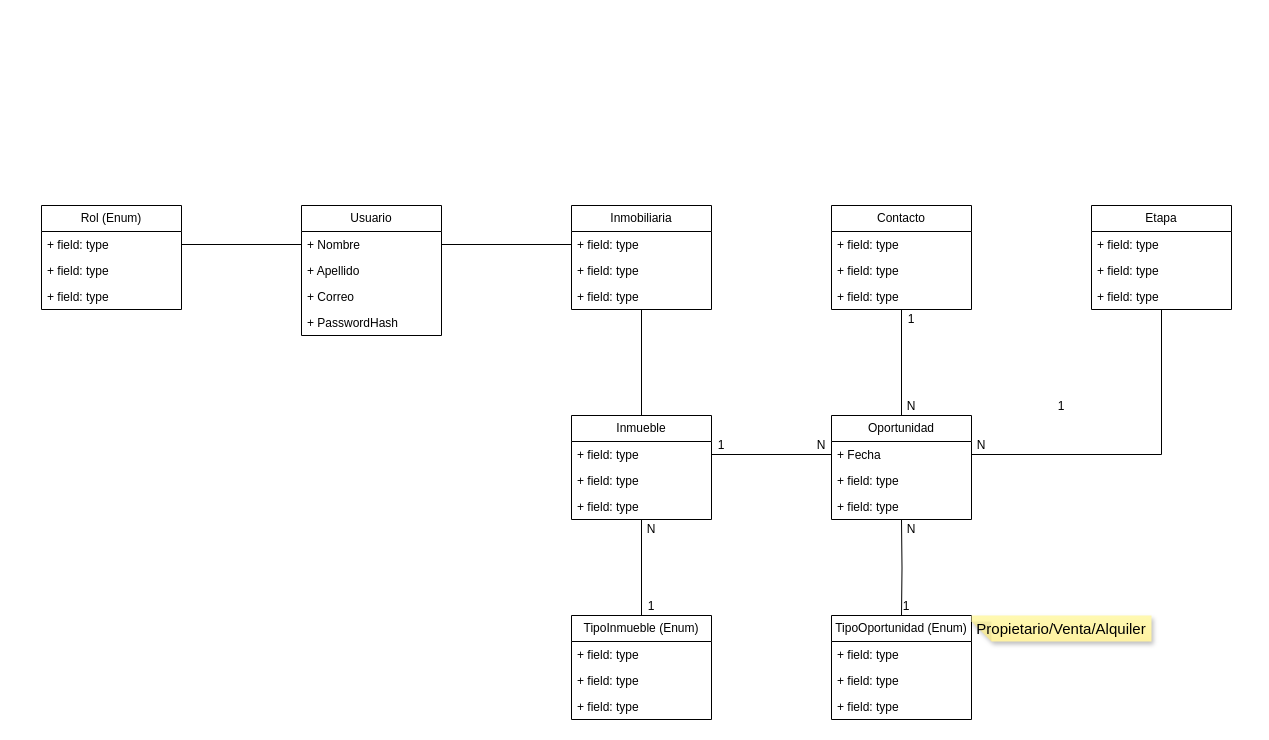
Above: Diagrama sin título.drawio in NatsukiAza/urban-key (draw.io), before the change. Source tidied: cells renumbered, new cells numbered last; positions are measured from the earlier drawing's top-left corner, leaving out a move shared by most shapes. Both pictures are drawn from the tidied source at 100%, with x=0, y=0 at pixel (41, 205).
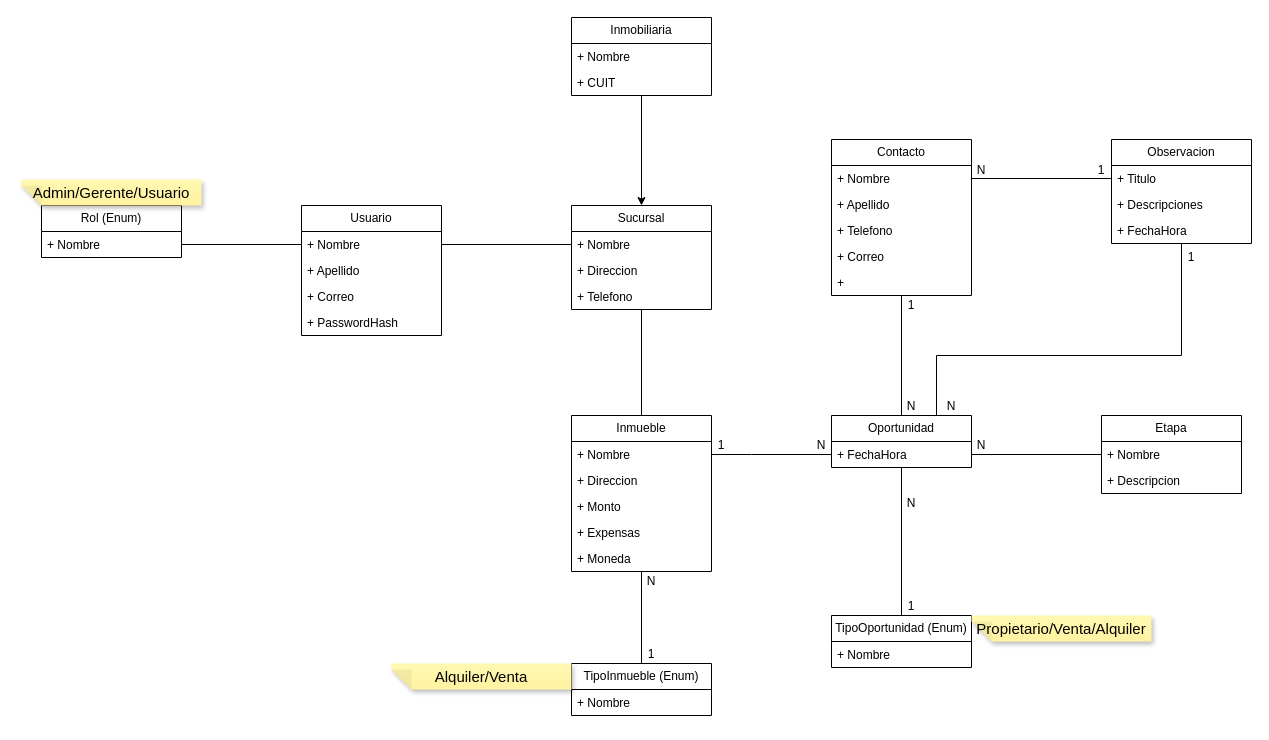
The same diagram, later.

Unchanged cells that the change refers to:
```xml
<mxCell id="48" value="1" style="text;html=1;whiteSpace=wrap;strokeColor=none;fillColor=none;align=center;verticalAlign=middle;rounded=0;" parent="1" vertex="1">
  <mxGeometry x="670" y="230" width="20" height="19" as="geometry" />
</mxCell>
```

Diff of the diagram source:
```diff
@@
-    <mxCell id="8" value="Inmobiliaria" style="swimlane;fontStyle=0;horizontal=1;startSize=26;fillColor=none;whiteSpace=wrap;html=1;" parent="1" vertex="1">
+    <mxCell id="8" value="Sucursal" style="swimlane;fontStyle=0;horizontal=1;startSize=26;fillColor=none;whiteSpace=wrap;html=1;" parent="1" vertex="1">
       <mxGeometry x="530" width="140" height="104" as="geometry" />
     </mxCell>
-    <mxCell id="9" value="+ field: type" style="text;strokeColor=none;fillColor=none;align=left;verticalAlign=top;spacingLeft=4;spacingRight=4;overflow=hidden;points=[[0,0.5],[1,0.5]];portConstraint=eastwest;whiteSpace=wrap;html=1;" parent="8" vertex="1">
+    <mxCell id="9" value="+ Nombre" style="text;strokeColor=none;fillColor=none;align=left;verticalAlign=top;spacingLeft=4;spacingRight=4;overflow=hidden;points=[[0,0.5],[1,0.5]];portConstraint=eastwest;whiteSpace=wrap;html=1;" parent="8" vertex="1">
       <mxGeometry y="26" width="140" height="26" as="geometry" />
     </mxCell>
-    <mxCell id="10" value="+ field: type" style="text;strokeColor=none;fillColor=none;align=left;verticalAlign=top;spacingLeft=4;spacingRight=4;overflow=hidden;whiteSpace=wrap;html=1;" parent="8" vertex="1">
+    <mxCell id="10" value="+ Direccion" style="text;strokeColor=none;fillColor=none;align=left;verticalAlign=top;spacingLeft=4;spacingRight=4;overflow=hidden;whiteSpace=wrap;html=1;" parent="8" vertex="1">
       <mxGeometry y="52" width="140" height="26" as="geometry" />
     </mxCell>
-    <mxCell id="11" value="+ field: type" style="text;strokeColor=none;fillColor=none;align=left;verticalAlign=top;spacingLeft=4;spacingRight=4;overflow=hidden;whiteSpace=wrap;html=1;" parent="8" vertex="1">
+    <mxCell id="11" value="+ Telefono" style="text;strokeColor=none;fillColor=none;align=left;verticalAlign=top;spacingLeft=4;spacingRight=4;overflow=hidden;whiteSpace=wrap;html=1;" parent="8" vertex="1">
       <mxGeometry y="78" width="140" height="26" as="geometry" />
     </mxCell>
     <mxCell id="12" value="Rol (Enum)" style="swimlane;fontStyle=0;horizontal=1;startSize=26;fillColor=none;whiteSpace=wrap;html=1;" parent="1" vertex="1">
-      <mxGeometry width="140" height="104" as="geometry" />
+      <mxGeometry width="140" height="52" as="geometry" />
     </mxCell>
-    <mxCell id="13" value="+ field: type" style="text;strokeColor=none;fillColor=none;align=left;verticalAlign=top;spacingLeft=4;spacingRight=4;overflow=hidden;points=[[0,0.5],[1,0.5]];portConstraint=eastwest;whiteSpace=wrap;html=1;" parent="12" vertex="1">
+    <mxCell id="13" value="+ Nombre" style="text;strokeColor=none;fillColor=none;align=left;verticalAlign=top;spacingLeft=4;spacingRight=4;overflow=hidden;points=[[0,0.5],[1,0.5]];portConstraint=eastwest;whiteSpace=wrap;html=1;" parent="12" vertex="1">
       <mxGeometry y="26" width="140" height="26" as="geometry" />
     </mxCell>
-    <mxCell id="14" value="+ field: type" style="text;strokeColor=none;fillColor=none;align=left;verticalAlign=top;spacingLeft=4;spacingRight=4;overflow=hidden;whiteSpace=wrap;html=1;" parent="12" vertex="1">
-      <mxGeometry y="52" width="140" height="26" as="geometry" />
-    </mxCell>
-    <mxCell id="15" value="+ field: type" style="text;strokeColor=none;fillColor=none;align=left;verticalAlign=top;spacingLeft=4;spacingRight=4;overflow=hidden;whiteSpace=wrap;html=1;" parent="12" vertex="1">
-      <mxGeometry y="78" width="140" height="26" as="geometry" />
-    </mxCell>
-    <mxCell id="16" style="edgeStyle=orthogonalEdgeStyle;rounded=0;jettySize=auto;html=1;entryX=0.5;entryY=0;entryDx=0;entryDy=0;endArrow=none;endFill=0;" parent="1" edge="1" source="17" target="31">
+    <mxCell id="16" style="edgeStyle=orthogonalEdgeStyle;rounded=0;jettySize=auto;html=1;entryX=0.5;entryY=0;entryDx=0;entryDy=0;endArrow=none;endFill=0;exitX=0.5;exitY=1;exitDx=0;exitDy=0;" parent="1" edge="1" source="17" target="31">
       <mxGeometry relative="1" as="geometry" />
     </mxCell>
     <mxCell id="17" value="Inmueble" style="swimlane;fontStyle=0;horizontal=1;startSize=26;fillColor=none;whiteSpace=wrap;html=1;" parent="1" vertex="1">
-      <mxGeometry x="530" y="210" width="140" height="104" as="geometry" />
+      <mxGeometry x="530" y="210" width="140" height="156" as="geometry" />
     </mxCell>
+    <mxCell id="19" value="+ Nombre" style="text;strokeColor=none;fillColor=none;align=left;verticalAlign=top;spacingLeft=4;spacingRight=4;overflow=hidden;whiteSpace=wrap;html=1;" parent="17" vertex="1">
+      <mxGeometry y="26" width="140" height="26" as="geometry" />
+    </mxCell>
-    <mxCell id="18" value="+ field: type" style="text;strokeColor=none;fillColor=none;align=left;verticalAlign=top;spacingLeft=4;spacingRight=4;overflow=hidden;points=[[0,0.5],[1,0.5]];portConstraint=eastwest;whiteSpace=wrap;html=1;" parent="17" vertex="1">
-      <mxGeometry y="26" width="140" height="26" as="geometry" />
+    <mxCell id="18" value="+ Direccion" style="text;strokeColor=none;fillColor=none;align=left;verticalAlign=top;spacingLeft=4;spacingRight=4;overflow=hidden;points=[[0,0.5],[1,0.5]];portConstraint=eastwest;whiteSpace=wrap;html=1;" parent="17" vertex="1">
+      <mxGeometry y="52" width="140" height="26" as="geometry" />
     </mxCell>
-    <mxCell id="19" value="+ field: type" style="text;strokeColor=none;fillColor=none;align=left;verticalAlign=top;spacingLeft=4;spacingRight=4;overflow=hidden;whiteSpace=wrap;html=1;" parent="17" vertex="1">
-      <mxGeometry y="52" width="140" height="26" as="geometry" />
-    </mxCell>
+    <mxCell id="58" value="+ Monto" style="text;strokeColor=none;fillColor=none;align=left;verticalAlign=top;spacingLeft=4;spacingRight=4;overflow=hidden;whiteSpace=wrap;html=1;" parent="17" vertex="1">
+      <mxGeometry y="78" width="140" height="26" as="geometry" />
+    </mxCell>
+    <mxCell id="59" value="+ Expensas" style="text;strokeColor=none;fillColor=none;align=left;verticalAlign=top;spacingLeft=4;spacingRight=4;overflow=hidden;whiteSpace=wrap;html=1;" parent="17" vertex="1">
+      <mxGeometry y="104" width="140" height="26" as="geometry" />
+    </mxCell>
-    <mxCell id="20" value="+ field: type" style="text;strokeColor=none;fillColor=none;align=left;verticalAlign=top;spacingLeft=4;spacingRight=4;overflow=hidden;whiteSpace=wrap;html=1;" parent="17" vertex="1">
-      <mxGeometry y="78" width="140" height="26" as="geometry" />
+    <mxCell id="20" value="+ Moneda" style="text;strokeColor=none;fillColor=none;align=left;verticalAlign=top;spacingLeft=4;spacingRight=4;overflow=hidden;whiteSpace=wrap;html=1;" parent="17" vertex="1">
+      <mxGeometry y="130" width="140" height="26" as="geometry" />
     </mxCell>
-    <mxCell id="21" style="edgeStyle=orthogonalEdgeStyle;rounded=0;jettySize=auto;html=1;entryX=0.5;entryY=0;entryDx=0;entryDy=0;endArrow=none;endFill=0;" parent="1" edge="1" target="43">
-      <mxGeometry relative="1" as="geometry">
-        <mxPoint x="860" y="314" as="sourcePoint" />
-      </mxGeometry>
+    <mxCell id="21" style="edgeStyle=orthogonalEdgeStyle;rounded=0;jettySize=auto;html=1;entryX=0.5;entryY=0;entryDx=0;entryDy=0;endArrow=none;endFill=0;exitX=0.5;exitY=1;exitDx=0;exitDy=0;" parent="1" edge="1" source="22" target="43">
+      <mxGeometry relative="1" as="geometry" />
     </mxCell>
     <mxCell id="22" value="Oportunidad" style="swimlane;fontStyle=0;horizontal=1;startSize=26;fillColor=none;whiteSpace=wrap;html=1;" parent="1" vertex="1">
-      <mxGeometry x="790" y="210" width="140" height="104" as="geometry" />
+      <mxGeometry x="790" y="210" width="140" height="52" as="geometry" />
     </mxCell>
-    <mxCell id="23" value="+ Fecha" style="text;strokeColor=none;fillColor=none;align=left;verticalAlign=top;spacingLeft=4;spacingRight=4;overflow=hidden;points=[[0,0.5],[1,0.5]];portConstraint=eastwest;whiteSpace=wrap;html=1;" parent="22" vertex="1">
+    <mxCell id="23" value="+ FechaHora" style="text;strokeColor=none;fillColor=none;align=left;verticalAlign=top;spacingLeft=4;spacingRight=4;overflow=hidden;points=[[0,0.5],[1,0.5]];portConstraint=eastwest;whiteSpace=wrap;html=1;" parent="22" vertex="1">
       <mxGeometry y="26" width="140" height="26" as="geometry" />
     </mxCell>
-    <mxCell id="24" value="+ field: type" style="text;strokeColor=none;fillColor=none;align=left;verticalAlign=top;spacingLeft=4;spacingRight=4;overflow=hidden;whiteSpace=wrap;html=1;" parent="22" vertex="1">
-      <mxGeometry y="52" width="140" height="26" as="geometry" />
-    </mxCell>
-    <mxCell id="25" value="+ field: type" style="text;strokeColor=none;fillColor=none;align=left;verticalAlign=top;spacingLeft=4;spacingRight=4;overflow=hidden;whiteSpace=wrap;html=1;" parent="22" vertex="1">
-      <mxGeometry y="78" width="140" height="26" as="geometry" />
-    </mxCell>
@@
     <mxCell id="27" value="Contacto" style="swimlane;fontStyle=0;horizontal=1;startSize=26;fillColor=none;whiteSpace=wrap;html=1;" parent="1" vertex="1">
-      <mxGeometry x="790" width="140" height="104" as="geometry" />
+      <mxGeometry x="790" y="-66" width="140" height="156" as="geometry" />
     </mxCell>
-    <mxCell id="28" value="+ field: type" style="text;strokeColor=none;fillColor=none;align=left;verticalAlign=top;spacingLeft=4;spacingRight=4;overflow=hidden;points=[[0,0.5],[1,0.5]];portConstraint=eastwest;whiteSpace=wrap;html=1;" parent="27" vertex="1">
+    <mxCell id="28" value="+ Nombre" style="text;strokeColor=none;fillColor=none;align=left;verticalAlign=top;spacingLeft=4;spacingRight=4;overflow=hidden;points=[[0,0.5],[1,0.5]];portConstraint=eastwest;whiteSpace=wrap;html=1;" parent="27" vertex="1">
       <mxGeometry y="26" width="140" height="26" as="geometry" />
     </mxCell>
-    <mxCell id="29" value="+ field: type" style="text;strokeColor=none;fillColor=none;align=left;verticalAlign=top;spacingLeft=4;spacingRight=4;overflow=hidden;whiteSpace=wrap;html=1;" parent="27" vertex="1">
+    <mxCell id="29" value="+ Apellido" style="text;strokeColor=none;fillColor=none;align=left;verticalAlign=top;spacingLeft=4;spacingRight=4;overflow=hidden;whiteSpace=wrap;html=1;" parent="27" vertex="1">
       <mxGeometry y="52" width="140" height="26" as="geometry" />
     </mxCell>
+    <mxCell id="60" value="+ Telefono" style="text;strokeColor=none;fillColor=none;align=left;verticalAlign=top;spacingLeft=4;spacingRight=4;overflow=hidden;whiteSpace=wrap;html=1;" parent="27" vertex="1">
+      <mxGeometry y="78" width="140" height="26" as="geometry" />
+    </mxCell>
+    <mxCell id="61" value="+ Correo" style="text;strokeColor=none;fillColor=none;align=left;verticalAlign=top;spacingLeft=4;spacingRight=4;overflow=hidden;whiteSpace=wrap;html=1;" parent="27" vertex="1">
+      <mxGeometry y="104" width="140" height="26" as="geometry" />
+    </mxCell>
-    <mxCell id="30" value="+ field: type" style="text;strokeColor=none;fillColor=none;align=left;verticalAlign=top;spacingLeft=4;spacingRight=4;overflow=hidden;whiteSpace=wrap;html=1;" parent="27" vertex="1">
-      <mxGeometry y="78" width="140" height="26" as="geometry" />
+    <mxCell id="30" value="+&amp;nbsp;" style="text;strokeColor=none;fillColor=none;align=left;verticalAlign=top;spacingLeft=4;spacingRight=4;overflow=hidden;whiteSpace=wrap;html=1;" parent="27" vertex="1">
+      <mxGeometry y="130" width="140" height="26" as="geometry" />
     </mxCell>
     <mxCell id="31" value="TipoInmueble (Enum)" style="swimlane;fontStyle=0;horizontal=1;startSize=26;fillColor=none;whiteSpace=wrap;html=1;" parent="1" vertex="1">
-      <mxGeometry x="530" y="410" width="140" height="104" as="geometry" />
+      <mxGeometry x="530" y="458" width="140" height="52" as="geometry" />
     </mxCell>
-    <mxCell id="32" value="+ field: type" style="text;strokeColor=none;fillColor=none;align=left;verticalAlign=top;spacingLeft=4;spacingRight=4;overflow=hidden;whiteSpace=wrap;html=1;" parent="31" vertex="1">
+    <mxCell id="32" value="+ Nombre" style="text;strokeColor=none;fillColor=none;align=left;verticalAlign=top;spacingLeft=4;spacingRight=4;overflow=hidden;whiteSpace=wrap;html=1;" parent="31" vertex="1">
       <mxGeometry y="26" width="140" height="26" as="geometry" />
     </mxCell>
-    <mxCell id="33" value="+ field: type" style="text;strokeColor=none;fillColor=none;align=left;verticalAlign=top;spacingLeft=4;spacingRight=4;overflow=hidden;whiteSpace=wrap;html=1;" parent="31" vertex="1">
-      <mxGeometry y="52" width="140" height="26" as="geometry" />
-    </mxCell>
-    <mxCell id="34" value="+ field: type" style="text;strokeColor=none;fillColor=none;align=left;verticalAlign=top;spacingLeft=4;spacingRight=4;overflow=hidden;whiteSpace=wrap;html=1;" parent="31" vertex="1">
-      <mxGeometry y="78" width="140" height="26" as="geometry" />
-    </mxCell>
@@
     <mxCell id="36" value="Etapa" style="swimlane;fontStyle=0;horizontal=1;startSize=26;fillColor=none;whiteSpace=wrap;html=1;" parent="1" vertex="1">
-      <mxGeometry x="1050" width="140" height="104" as="geometry" />
+      <mxGeometry x="1060" y="210" width="140" height="78" as="geometry" />
     </mxCell>
-    <mxCell id="37" value="+ field: type" style="text;strokeColor=none;fillColor=none;align=left;verticalAlign=top;spacingLeft=4;spacingRight=4;overflow=hidden;whiteSpace=wrap;html=1;" parent="36" vertex="1">
+    <mxCell id="37" value="+ Nombre" style="text;strokeColor=none;fillColor=none;align=left;verticalAlign=top;spacingLeft=4;spacingRight=4;overflow=hidden;whiteSpace=wrap;html=1;" parent="36" vertex="1">
       <mxGeometry y="26" width="140" height="26" as="geometry" />
     </mxCell>
-    <mxCell id="38" value="+ field: type" style="text;strokeColor=none;fillColor=none;align=left;verticalAlign=top;spacingLeft=4;spacingRight=4;overflow=hidden;whiteSpace=wrap;html=1;" parent="36" vertex="1">
+    <mxCell id="38" value="+ Descripcion" style="text;strokeColor=none;fillColor=none;align=left;verticalAlign=top;spacingLeft=4;spacingRight=4;overflow=hidden;whiteSpace=wrap;html=1;" parent="36" vertex="1">
       <mxGeometry y="52" width="140" height="26" as="geometry" />
     </mxCell>
-    <mxCell id="39" value="+ field: type" style="text;strokeColor=none;fillColor=none;align=left;verticalAlign=top;spacingLeft=4;spacingRight=4;overflow=hidden;whiteSpace=wrap;html=1;" parent="36" vertex="1">
-      <mxGeometry y="78" width="140" height="26" as="geometry" />
-    </mxCell>
@@
-    <mxCell id="42" style="edgeStyle=orthogonalEdgeStyle;rounded=0;jettySize=auto;html=1;entryX=1;entryY=0.5;entryDx=0;entryDy=0;endArrow=none;endFill=0;" parent="1" edge="1" source="23" target="18">
-      <mxGeometry relative="1" as="geometry" />
+    <mxCell id="42" style="edgeStyle=orthogonalEdgeStyle;rounded=0;jettySize=auto;html=1;entryX=0;entryY=1;entryDx=0;entryDy=0;endArrow=none;endFill=0;" parent="1" edge="1" source="23" target="48">
+      <mxGeometry relative="1" as="geometry">
+        <Array as="points">
+          <mxPoint x="710" y="249" />
+          <mxPoint x="710" y="249" />
+        </Array>
+      </mxGeometry>
     </mxCell>
     <mxCell id="43" value="TipoOportunidad (Enum)" style="swimlane;fontStyle=0;horizontal=1;startSize=26;fillColor=none;whiteSpace=wrap;html=1;" parent="1" vertex="1">
-      <mxGeometry x="790" y="410" width="140" height="104" as="geometry" />
+      <mxGeometry x="790" y="410" width="140" height="52" as="geometry" />
     </mxCell>
-    <mxCell id="44" value="+ field: type" style="text;strokeColor=none;fillColor=none;align=left;verticalAlign=top;spacingLeft=4;spacingRight=4;overflow=hidden;whiteSpace=wrap;html=1;" parent="43" vertex="1">
+    <mxCell id="44" value="+ Nombre" style="text;strokeColor=none;fillColor=none;align=left;verticalAlign=top;spacingLeft=4;spacingRight=4;overflow=hidden;whiteSpace=wrap;html=1;" parent="43" vertex="1">
       <mxGeometry y="26" width="140" height="26" as="geometry" />
     </mxCell>
-    <mxCell id="45" value="+ field: type" style="text;strokeColor=none;fillColor=none;align=left;verticalAlign=top;spacingLeft=4;spacingRight=4;overflow=hidden;whiteSpace=wrap;html=1;" parent="43" vertex="1">
-      <mxGeometry y="52" width="140" height="26" as="geometry" />
-    </mxCell>
-    <mxCell id="46" value="+ field: type" style="text;strokeColor=none;fillColor=none;align=left;verticalAlign=top;spacingLeft=4;spacingRight=4;overflow=hidden;whiteSpace=wrap;html=1;" parent="43" vertex="1">
-      <mxGeometry y="78" width="140" height="26" as="geometry" />
-    </mxCell>
@@
     <mxCell id="51" value="1" style="text;html=1;whiteSpace=wrap;strokeColor=none;fillColor=none;align=center;verticalAlign=middle;rounded=0;" parent="1" vertex="1">
-      <mxGeometry x="860" y="104" width="20" height="19" as="geometry" />
+      <mxGeometry x="860" y="90" width="20" height="19" as="geometry" />
     </mxCell>
     <mxCell id="52" value="1" style="text;html=1;whiteSpace=wrap;strokeColor=none;fillColor=none;align=center;verticalAlign=middle;rounded=0;" parent="1" vertex="1">
-      <mxGeometry x="860" y="391" width="10" height="19" as="geometry" />
+      <mxGeometry x="860" y="391" width="20" height="19" as="geometry" />
     </mxCell>
     <mxCell id="53" value="N" style="text;html=1;whiteSpace=wrap;strokeColor=none;fillColor=none;align=center;verticalAlign=middle;rounded=0;" parent="1" vertex="1">
-      <mxGeometry x="860" y="314" width="20" height="19" as="geometry" />
+      <mxGeometry x="860" y="288" width="20" height="19" as="geometry" />
     </mxCell>
     <mxCell id="54" value="1" style="text;html=1;whiteSpace=wrap;strokeColor=none;fillColor=none;align=center;verticalAlign=middle;rounded=0;" parent="1" vertex="1">
-      <mxGeometry x="600" y="391" width="20" height="19" as="geometry" />
+      <mxGeometry x="600" y="439" width="20" height="19" as="geometry" />
     </mxCell>
     <mxCell id="55" value="N" style="text;html=1;whiteSpace=wrap;strokeColor=none;fillColor=none;align=center;verticalAlign=middle;rounded=0;" parent="1" vertex="1">
-      <mxGeometry x="600" y="314" width="20" height="19" as="geometry" />
+      <mxGeometry x="600" y="366" width="20" height="19" as="geometry" />
     </mxCell>
@@
     <mxCell id="57" value="1" style="text;html=1;whiteSpace=wrap;strokeColor=none;fillColor=none;align=center;verticalAlign=middle;rounded=0;" parent="1" vertex="1">
-      <mxGeometry x="1010" y="191" width="20" height="19" as="geometry" />
+      <mxGeometry x="1140" y="42.5" width="20" height="19" as="geometry" />
     </mxCell>
+    <mxCell id="62" value="Admin/Gerente/Usuario" style="shape=note;whiteSpace=wrap;html=1;backgroundOutline=1;autosizeText=1;fontColor=#000000;darkOpacity=0.05;fillColor=#FFF9B2;strokeColor=none;fillStyle=solid;fontSize=15;direction=west;gradientDirection=north;gradientColor=#FFF2A1;shadow=1;size=20;" parent="1" vertex="1">
+      <mxGeometry x="-20" y="-26" width="180" height="26" as="geometry" />
+    </mxCell>
+    <mxCell id="63" style="edgeStyle=orthogonalEdgeStyle;rounded=0;jettySize=auto;html=1;entryX=0.5;entryY=0;entryDx=0;entryDy=0;" parent="1" edge="1" source="64" target="8">
+      <mxGeometry relative="1" as="geometry" />
+    </mxCell>
+    <mxCell id="64" value="Inmobiliaria" style="swimlane;fontStyle=0;horizontal=1;startSize=26;fillColor=none;whiteSpace=wrap;html=1;" parent="1" vertex="1">
+      <mxGeometry x="530" y="-188" width="140" height="78" as="geometry" />
+    </mxCell>
+    <mxCell id="65" value="+ Nombre" style="text;strokeColor=none;fillColor=none;align=left;verticalAlign=top;spacingLeft=4;spacingRight=4;overflow=hidden;whiteSpace=wrap;html=1;" parent="64" vertex="1">
+      <mxGeometry y="26" width="140" height="26" as="geometry" />
+    </mxCell>
+    <mxCell id="66" value="+ CUIT" style="text;strokeColor=none;fillColor=none;align=left;verticalAlign=top;spacingLeft=4;spacingRight=4;overflow=hidden;whiteSpace=wrap;html=1;" parent="64" vertex="1">
+      <mxGeometry y="52" width="140" height="26" as="geometry" />
+    </mxCell>
+    <mxCell id="67" value="Alquiler/Venta" style="shape=note;whiteSpace=wrap;html=1;backgroundOutline=1;autosizeText=1;fontColor=#000000;darkOpacity=0.05;fillColor=#FFF9B2;strokeColor=none;fillStyle=solid;fontSize=15;direction=west;gradientDirection=north;gradientColor=#FFF2A1;shadow=1;size=20;" parent="1" vertex="1">
+      <mxGeometry x="350" y="458" width="180" height="26" as="geometry" />
+    </mxCell>
+    <mxCell id="68" style="edgeStyle=orthogonalEdgeStyle;rounded=0;jettySize=auto;html=1;entryX=0.75;entryY=0;entryDx=0;entryDy=0;endArrow=none;endFill=0;" parent="1" edge="1" source="69" target="22">
+      <mxGeometry relative="1" as="geometry">
+        <Array as="points">
+          <mxPoint x="1140" y="150" />
+          <mxPoint x="895" y="150" />
+        </Array>
+      </mxGeometry>
+    </mxCell>
+    <mxCell id="69" value="Observacion" style="swimlane;fontStyle=0;horizontal=1;startSize=26;fillColor=none;whiteSpace=wrap;html=1;" parent="1" vertex="1">
+      <mxGeometry x="1070" y="-66" width="140" height="104" as="geometry" />
+    </mxCell>
+    <mxCell id="70" value="+ Titulo" style="text;strokeColor=none;fillColor=none;align=left;verticalAlign=top;spacingLeft=4;spacingRight=4;overflow=hidden;points=[[0,0.5],[1,0.5]];portConstraint=eastwest;whiteSpace=wrap;html=1;" parent="69" vertex="1">
+      <mxGeometry y="26" width="140" height="26" as="geometry" />
+    </mxCell>
+    <mxCell id="71" value="+ Descripciones" style="text;strokeColor=none;fillColor=none;align=left;verticalAlign=top;spacingLeft=4;spacingRight=4;overflow=hidden;whiteSpace=wrap;html=1;" parent="69" vertex="1">
+      <mxGeometry y="52" width="140" height="26" as="geometry" />
+    </mxCell>
+    <mxCell id="72" value="+ FechaHora" style="text;strokeColor=none;fillColor=none;align=left;verticalAlign=top;spacingLeft=4;spacingRight=4;overflow=hidden;whiteSpace=wrap;html=1;" parent="69" vertex="1">
+      <mxGeometry y="78" width="140" height="26" as="geometry" />
+    </mxCell>
+    <mxCell id="73" style="edgeStyle=orthogonalEdgeStyle;rounded=0;jettySize=auto;html=1;entryX=1;entryY=0.5;entryDx=0;entryDy=0;endArrow=none;endFill=0;" parent="1" edge="1" source="70" target="28">
+      <mxGeometry relative="1" as="geometry" />
+    </mxCell>
+    <mxCell id="74" value="N" style="text;html=1;whiteSpace=wrap;strokeColor=none;fillColor=none;align=center;verticalAlign=middle;rounded=0;" parent="1" vertex="1">
+      <mxGeometry x="900" y="191" width="20" height="19" as="geometry" />
+    </mxCell>
+    <mxCell id="75" value="1" style="text;html=1;whiteSpace=wrap;strokeColor=none;fillColor=none;align=center;verticalAlign=middle;rounded=0;" parent="1" vertex="1">
+      <mxGeometry x="1050" y="-45" width="20" height="19" as="geometry" />
+    </mxCell>
+    <mxCell id="76" value="N" style="text;html=1;whiteSpace=wrap;strokeColor=none;fillColor=none;align=center;verticalAlign=middle;rounded=0;" parent="1" vertex="1">
+      <mxGeometry x="930" y="-45" width="20" height="19" as="geometry" />
+    </mxCell>
```
